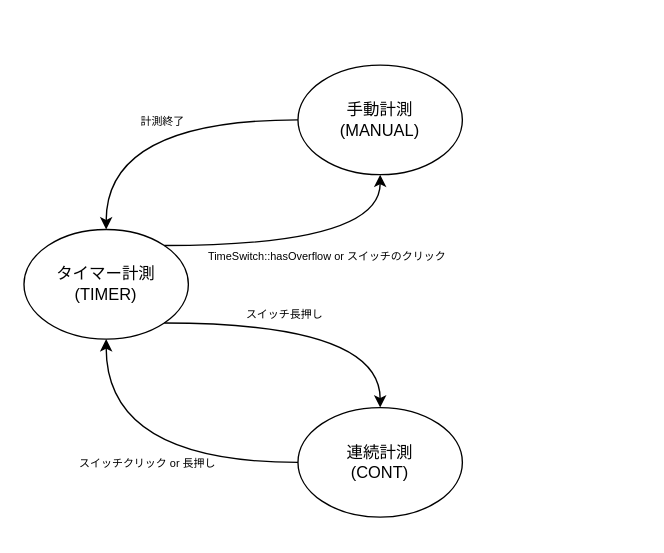
mm011106/EagleLib keeps this draw.io diagram as figure/StateTransitionDiagram.drawio. Above is the earlier version. Source tidied: cells renumbered, new cells numbered last; positions are measured from the earlier drawing's top-left corner, leaving out a move shared by most shapes. Both pictures are drawn from the tidied source at 137%, with x=0, y=0 at pixel (23, 64).
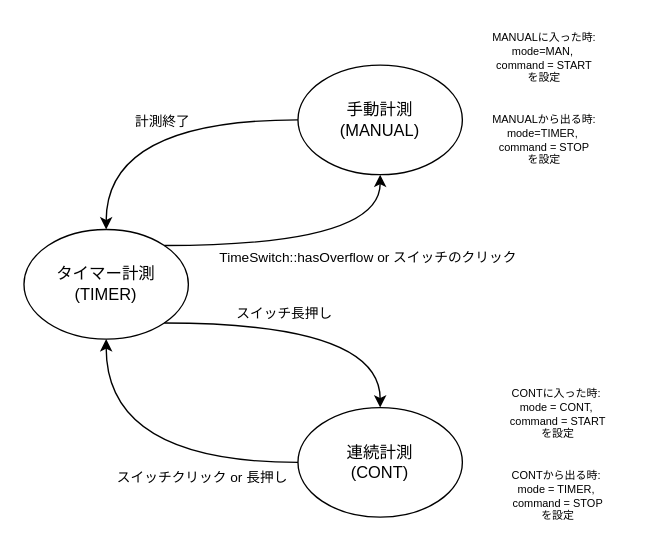
Above is the later version.

Commit message (it also covers changes not shown here):
StateTransitionDiagram.drawio を更新します

Diff of the diagram source:
```diff
@@
 <mxGraphModel>
   <root>
     <mxCell id="0" />
     <mxCell id="1" parent="0" />
     <mxCell id="2" value="タイマー計測&lt;div&gt;(TIMER)&lt;/div&gt;" style="ellipse;whiteSpace=wrap;html=1;" parent="1" vertex="1">
       <mxGeometry y="120" width="120" height="80" as="geometry" />
     </mxCell>
     <mxCell id="3" style="edgeStyle=orthogonalEdgeStyle;rounded=0;jettySize=auto;html=1;exitX=0;exitY=0.5;exitDx=0;exitDy=0;entryX=0.5;entryY=0;entryDx=0;entryDy=0;curved=1;" parent="1" edge="1" source="5" target="2">
       <mxGeometry relative="1" as="geometry" />
     </mxCell>
-    <mxCell id="4" value="計測終了" style="edgeLabel;html=1;align=center;verticalAlign=middle;fontSize=8;" parent="3" vertex="1">
+    <mxCell id="4" value="計測終了" style="edgeLabel;html=1;align=center;verticalAlign=middle;fontSize=10;" parent="3" vertex="1">
       <mxGeometry x="-0.36" y="7" relative="1" as="geometry">
         <mxPoint x="-30" y="-7" as="offset" />
       </mxGeometry>
     </mxCell>
     <mxCell id="5" value="手動計測&lt;div&gt;(MANUAL)&lt;/div&gt;" style="ellipse;whiteSpace=wrap;html=1;" parent="1" vertex="1">
       <mxGeometry x="200" width="120" height="80" as="geometry" />
     </mxCell>
     <mxCell id="6" value="連続計測&lt;div&gt;(CONT)&lt;/div&gt;" style="ellipse;whiteSpace=wrap;html=1;" parent="1" vertex="1">
       <mxGeometry x="200" y="250" width="120" height="80" as="geometry" />
     </mxCell>
     <mxCell id="7" style="endArrow=classic;html=1;rounded=0;exitX=1;exitY=1;exitDx=0;exitDy=0;entryX=0.5;entryY=0;entryDx=0;entryDy=0;edgeStyle=orthogonalEdgeStyle;curved=1;" parent="1" edge="1" source="2" target="6">
       <mxGeometry relative="1" as="geometry" />
     </mxCell>
-    <mxCell id="8" value="&lt;span style=&quot;font-size: 8px;&quot;&gt;スイッチ長押し&lt;/span&gt;" style="edgeLabel;html=1;align=center;verticalAlign=middle;" parent="7" vertex="1">
+    <mxCell id="8" value="&lt;span style=&quot;font-size: 10px;&quot;&gt;スイッチ長押し&lt;/span&gt;" style="edgeLabel;html=1;align=center;verticalAlign=middle;fontSize=10;" parent="7" vertex="1">
       <mxGeometry x="-0.12" y="-10" relative="1" as="geometry">
         <mxPoint x="-9" y="-18" as="offset" />
       </mxGeometry>
     </mxCell>
     <mxCell id="9" style="endArrow=classic;html=1;rounded=0;entryX=0.5;entryY=1;entryDx=0;entryDy=0;edgeStyle=orthogonalEdgeStyle;curved=1;exitX=0;exitY=0.5;exitDx=0;exitDy=0;" parent="1" edge="1" source="6" target="2">
       <mxGeometry relative="1" as="geometry" />
     </mxCell>
-    <mxCell id="10" value="スイッチクリック or 長押し" style="edgeLabel;html=1;align=center;verticalAlign=middle;fontSize=8;" parent="9" vertex="1">
+    <mxCell id="10" value="スイッチクリック or 長押し" style="edgeLabel;html=1;align=center;verticalAlign=middle;fontSize=10;" parent="9" vertex="1">
       <mxGeometry x="-0.22" y="-11" relative="1" as="geometry">
-        <mxPoint x="-21" y="11" as="offset" />
+        <mxPoint x="19" y="21" as="offset" />
       </mxGeometry>
     </mxCell>
     <mxCell id="11" style="edgeStyle=orthogonalEdgeStyle;rounded=0;jettySize=auto;html=1;exitX=1;exitY=0;exitDx=0;exitDy=0;entryX=0.5;entryY=1;entryDx=0;entryDy=0;curved=1;" parent="1" edge="1" source="2" target="5">
       <mxGeometry relative="1" as="geometry" />
     </mxCell>
-    <mxCell id="12" value="TimeSwitch::hasOverflow or スイッチのクリック" style="edgeLabel;html=1;align=center;verticalAlign=middle;fontSize=8;" parent="11" vertex="1">
+    <mxCell id="12" value="TimeSwitch::hasOverflow or スイッチのクリック" style="edgeLabel;html=1;align=center;verticalAlign=middle;fontSize=10;" parent="11" vertex="1">
       <mxGeometry x="-0.21" y="3" relative="1" as="geometry">
-        <mxPoint x="35" y="11" as="offset" />
+        <mxPoint x="65" y="11" as="offset" />
       </mxGeometry>
     </mxCell>
+    <mxCell id="13" value="&lt;div style=&quot;font-size: 8px;&quot;&gt;&lt;span style=&quot;font-size: 8px;&quot;&gt;MANUALから出る時: mode=TIMER,&amp;nbsp;&lt;/span&gt;&lt;/div&gt;&lt;div style=&quot;font-size: 8px;&quot;&gt;&lt;font style=&quot;font-size: 8px;&quot;&gt;command = STOP&lt;/font&gt;&lt;/div&gt;&lt;div style=&quot;font-size: 8px;&quot;&gt;&lt;font style=&quot;font-size: 8px;&quot;&gt;を設定&lt;/font&gt;&lt;/div&gt;" style="text;html=1;align=center;verticalAlign=middle;whiteSpace=wrap;rounded=0;fontSize=8;" parent="1" vertex="1">
+      <mxGeometry x="320" y="30" width="120" height="50" as="geometry" />
+    </mxCell>
+    <mxCell id="14" value="&lt;div style=&quot;font-size: 8px;&quot;&gt;&lt;span style=&quot;font-size: 8px;&quot;&gt;MANUALに入った時: mode=MAN,&amp;nbsp;&lt;/span&gt;&lt;/div&gt;&lt;div style=&quot;font-size: 8px;&quot;&gt;&lt;font style=&quot;font-size: 8px;&quot;&gt;command = START&lt;/font&gt;&lt;/div&gt;&lt;div style=&quot;font-size: 8px;&quot;&gt;&lt;font style=&quot;font-size: 8px;&quot;&gt;を設定&lt;/font&gt;&lt;/div&gt;" style="text;html=1;align=center;verticalAlign=middle;whiteSpace=wrap;rounded=0;fontSize=8;" parent="1" vertex="1">
+      <mxGeometry x="320" y="-30" width="120" height="50" as="geometry" />
+    </mxCell>
+    <mxCell id="15" value="&lt;div style=&quot;font-size: 8px;&quot;&gt;&lt;span style=&quot;font-size: 8px;&quot;&gt;CONTに入った時:&amp;nbsp;&lt;/span&gt;&lt;/div&gt;&lt;div style=&quot;font-size: 8px;&quot;&gt;&lt;span style=&quot;font-size: 8px;&quot;&gt;mode = CONT,&amp;nbsp;&lt;/span&gt;&lt;/div&gt;&lt;div style=&quot;font-size: 8px;&quot;&gt;&lt;font style=&quot;font-size: 8px;&quot;&gt;command = START&lt;/font&gt;&lt;/div&gt;&lt;div style=&quot;font-size: 8px;&quot;&gt;&lt;font style=&quot;font-size: 8px;&quot;&gt;を設定&lt;/font&gt;&lt;/div&gt;" style="text;html=1;align=center;verticalAlign=middle;whiteSpace=wrap;rounded=0;fontSize=8;" parent="1" vertex="1">
+      <mxGeometry x="330" y="230" width="120" height="50" as="geometry" />
+    </mxCell>
+    <mxCell id="16" value="&lt;div style=&quot;font-size: 8px;&quot;&gt;&lt;span style=&quot;font-size: 8px;&quot;&gt;CONTから出る時:&amp;nbsp;&lt;/span&gt;&lt;/div&gt;&lt;div style=&quot;font-size: 8px;&quot;&gt;&lt;span style=&quot;font-size: 8px;&quot;&gt;mode = TIMER,&amp;nbsp;&lt;/span&gt;&lt;/div&gt;&lt;div style=&quot;font-size: 8px;&quot;&gt;&lt;font style=&quot;font-size: 8px;&quot;&gt;command = STOP&lt;/font&gt;&lt;/div&gt;&lt;div style=&quot;font-size: 8px;&quot;&gt;&lt;font style=&quot;font-size: 8px;&quot;&gt;を設定&lt;/font&gt;&lt;/div&gt;" style="text;html=1;align=center;verticalAlign=middle;whiteSpace=wrap;rounded=0;fontSize=8;" parent="1" vertex="1">
+      <mxGeometry x="330" y="290" width="120" height="50" as="geometry" />
+    </mxCell>
   </root>
 </mxGraphModel>
```
